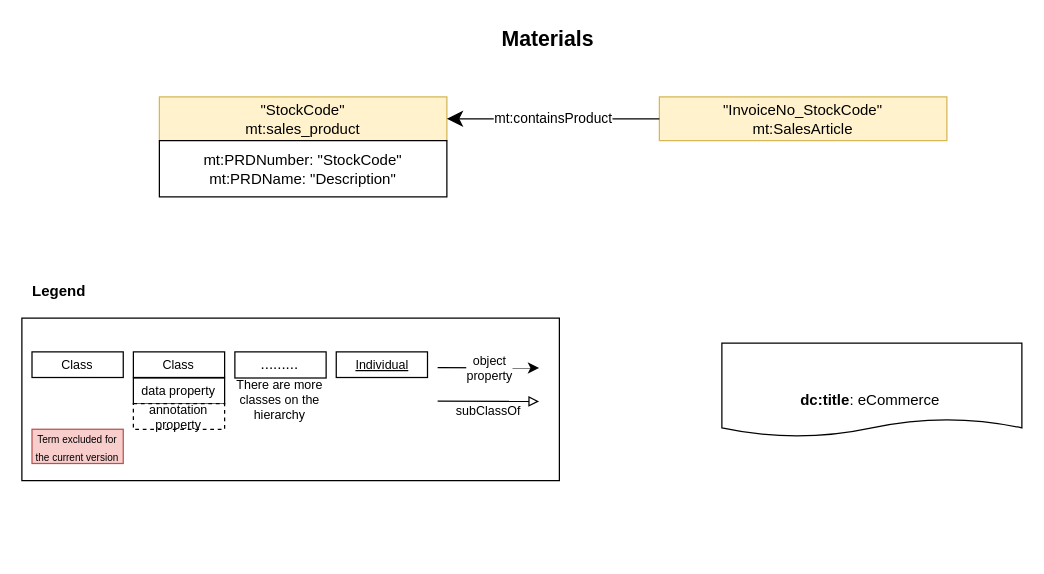
Above: page "Materials" (7 of 8) of E-CommerceData/Figures/eCommerce.drawio in tecnomod-um/EvaluationGraphAlignmentMethods (draw.io), before the change. Source tidied: cells renumbered, new cells numbered last; positions are measured from the earlier drawing's top-left corner, leaving out a move shared by most shapes. Both pictures are drawn from the tidied source at 125%, with x=0, y=0 at pixel (21, 21).
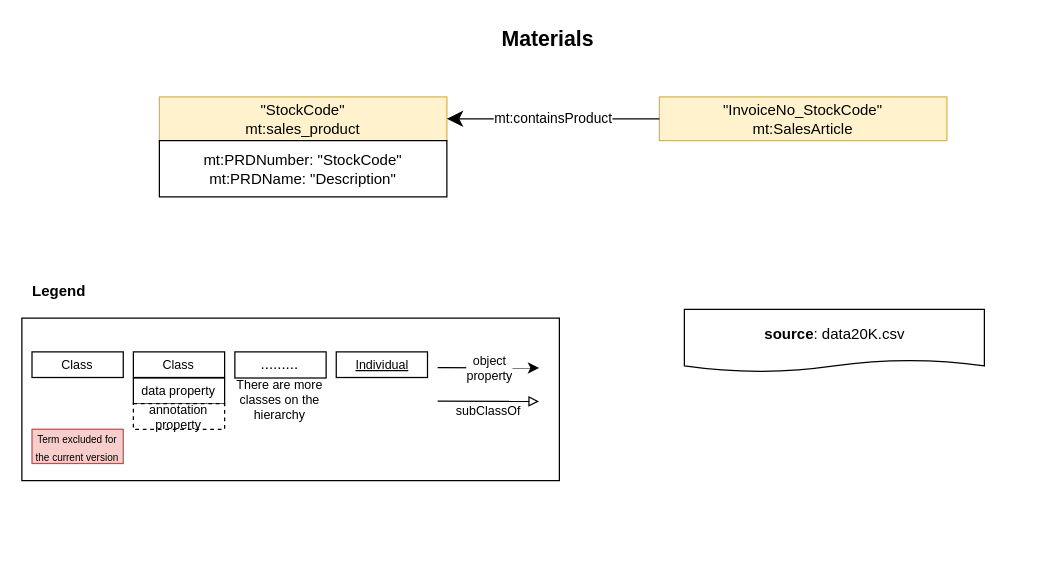
The same diagram, later.

Change to the diagram source:
```diff
@@
-    <mxCell id="15" value="&lt;br&gt;&lt;br&gt;&lt;div style=&quot;color: rgb(0 , 0 , 0) ; font-family: &amp;quot;helvetica&amp;quot; ; font-size: 12px ; font-style: normal ; font-weight: 400 ; letter-spacing: normal ; text-indent: 0px ; text-transform: none ; word-spacing: 0px ; text-align: left&quot;&gt;&lt;b&gt;dc:title&lt;/b&gt;&lt;span&gt;: eCommerce&amp;nbsp;&lt;/span&gt;&lt;/div&gt;" style="shape=document;html=1;boundedLbl=1;rounded=0;sketch=0;flipH=0;flipV=0;labelPosition=center;verticalLabelPosition=middle;align=center;verticalAlign=middle;spacingLeft=0;size=0.19093851132686085;labelBackgroundColor=none;" parent="1" vertex="1">
-      <mxGeometry x="560" y="257" width="240" height="75" as="geometry" />
-    </mxCell>
@@
+    <mxCell id="21" value="&lt;b style=&quot;font-family: helvetica; text-align: left; background-color: initial;&quot;&gt;source&lt;/b&gt;&lt;span style=&quot;font-family: helvetica; text-align: left; background-color: initial;&quot;&gt;: data20K.csv&lt;br&gt;&lt;/span&gt;" style="shape=document;html=1;boundedLbl=1;rounded=0;sketch=0;flipH=0;flipV=0;labelPosition=center;verticalLabelPosition=middle;align=center;verticalAlign=middle;spacingLeft=0;size=0.19093851132686085;labelBackgroundColor=none;" parent="1" vertex="1">
+      <mxGeometry x="530" y="230" width="240" height="50" as="geometry" />
+    </mxCell>
```
